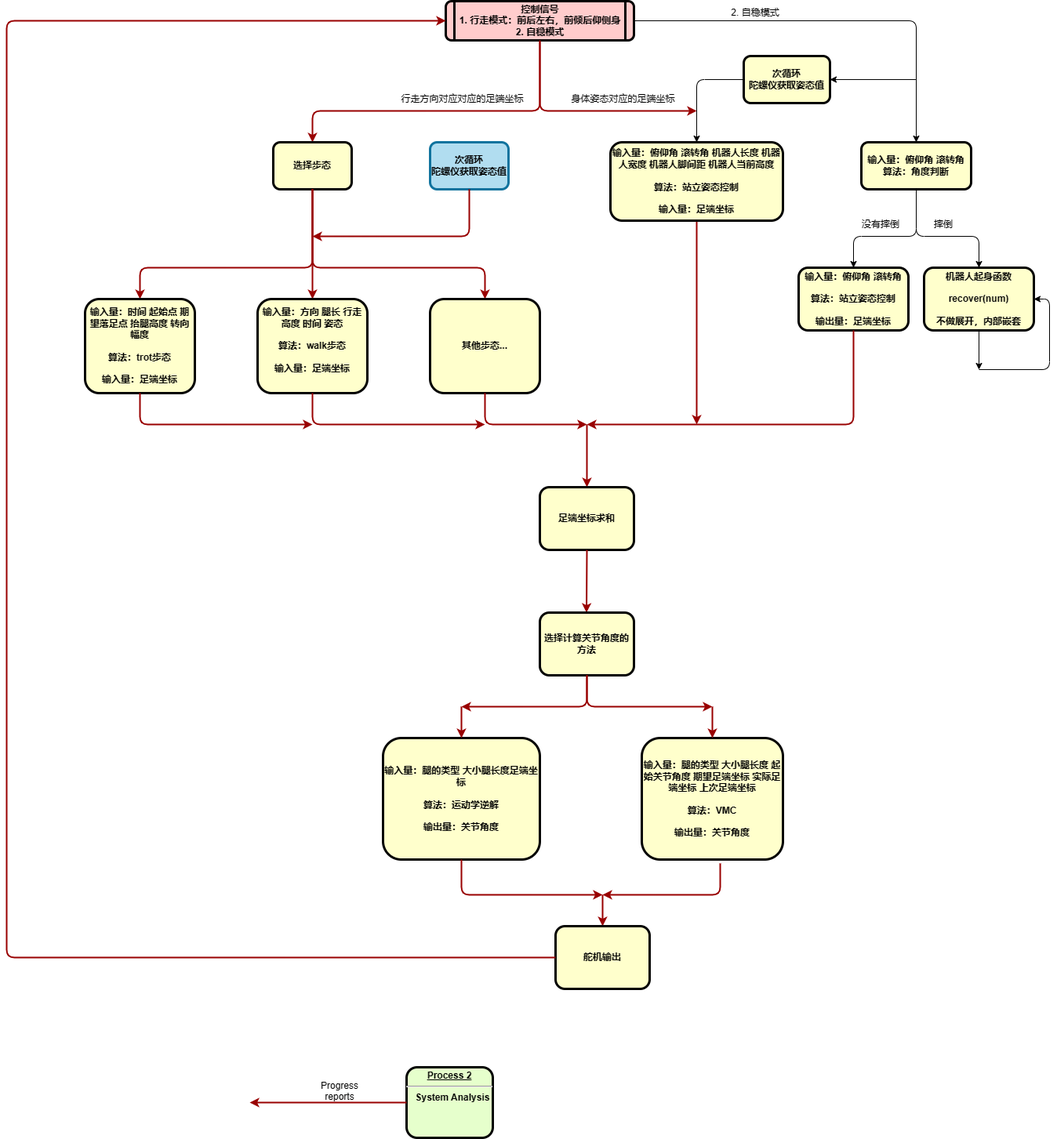
Before: 机器人总体流程.drawio.png, a diagram exported from draw.io (KAZAMA-DREAM/picture). Source tidied: cells renumbered, new cells last; positions are measured from the earlier drawing's top-left corner, leaving out a move shared by most shapes.
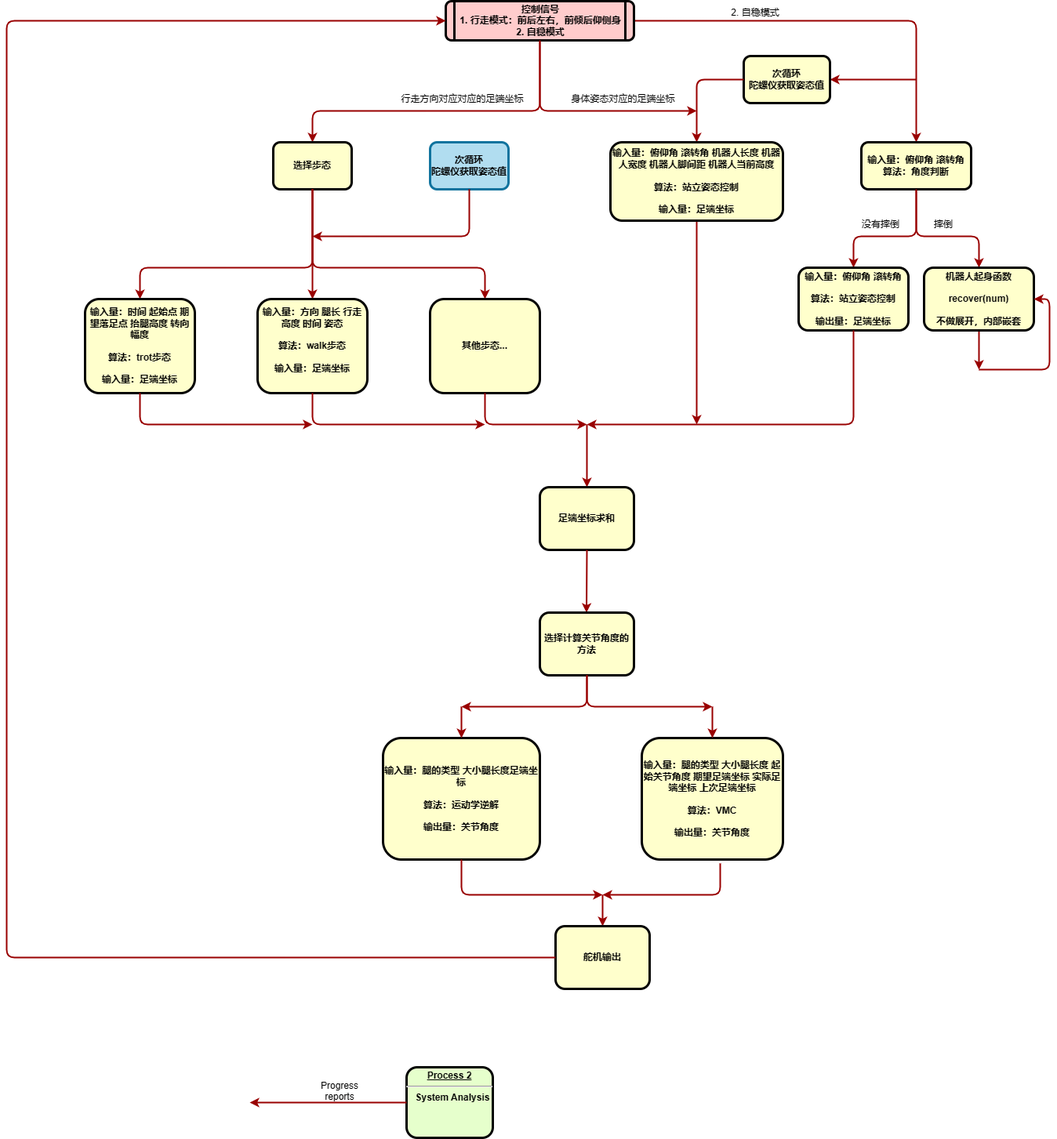
After the change.

Commit message:
更新机器人总体流程.drawio.png

The edit, as a diff of the source:
```diff
@@ -2,7 +2,7 @@
   <root>
     <mxCell id="0" />
     <mxCell id="1" parent="0" />
-    <mxCell id="2" style="edgeStyle=orthogonalEdgeStyle;rounded=1;jettySize=auto;html=1;entryX=0.5;entryY=0;entryDx=0;entryDy=0;" parent="1" edge="1" source="4" target="10">
+    <mxCell id="2" style="edgeStyle=orthogonalEdgeStyle;rounded=1;jettySize=auto;html=1;entryX=0.5;entryY=0;entryDx=0;entryDy=0;strokeWidth=2;strokeColor=#990000;" parent="1" edge="1" source="4" target="10">
       <mxGeometry relative="1" as="geometry" />
     </mxCell>
     <mxCell id="3" style="edgeStyle=orthogonalEdgeStyle;rounded=1;jettySize=auto;html=1;strokeColor=#990000;strokeWidth=2;" parent="1" edge="1" source="4">
@@ -34,7 +34,7 @@
     <mxCell id="8" value="2. 自稳模式" style="text;html=1;strokeColor=none;fillColor=none;align=center;verticalAlign=middle;whiteSpace=wrap;rounded=0;" parent="1" vertex="1">
       <mxGeometry x="960" width="70" height="30" as="geometry" />
     </mxCell>
-    <mxCell id="9" style="edgeStyle=orthogonalEdgeStyle;rounded=1;jettySize=auto;html=1;entryX=0.5;entryY=0;entryDx=0;entryDy=0;" parent="1" edge="1" target="19">
+    <mxCell id="9" style="edgeStyle=orthogonalEdgeStyle;rounded=1;jettySize=auto;html=1;entryX=0.5;entryY=0;entryDx=0;entryDy=0;strokeWidth=2;strokeColor=#990000;" parent="1" edge="1" target="19">
       <mxGeometry relative="1" as="geometry">
         <mxPoint x="1200" y="240" as="sourcePoint" />
         <Array as="points">
@@ -46,7 +46,7 @@
     <mxCell id="10" value="输入量：俯仰角 滚转角&#10;算法：角度判断" style="whiteSpace=wrap;align=center;verticalAlign=middle;fontStyle=1;strokeWidth=3;fillColor=#FFFFCC;rounded=1;" parent="1" vertex="1">
       <mxGeometry x="1130" y="180" width="140" height="60" as="geometry" />
     </mxCell>
-    <mxCell id="11" style="endArrow=classic;html=1;rounded=1;entryX=1;entryY=0.5;entryDx=0;entryDy=0;" parent="1" edge="1" target="12">
+    <mxCell id="11" style="endArrow=classic;html=1;rounded=1;entryX=1;entryY=0.5;entryDx=0;entryDy=0;strokeWidth=2;strokeColor=#990000;" parent="1" edge="1" target="12">
       <mxGeometry relative="1" as="geometry">
         <mxPoint x="1200" y="100" as="sourcePoint" />
       </mxGeometry>
@@ -54,7 +54,7 @@
     <mxCell id="12" value="次循环&#10;陀螺仪获取姿态值" style="whiteSpace=wrap;align=center;verticalAlign=middle;fontStyle=1;strokeWidth=3;fillColor=#FFFFCC;rounded=1;" parent="1" vertex="1">
       <mxGeometry x="980" y="70" width="110" height="60" as="geometry" />
     </mxCell>
-    <mxCell id="13" style="endArrow=classic;html=1;rounded=1;entryX=0.5;entryY=0;entryDx=0;entryDy=0;exitX=0;exitY=0.5;exitDx=0;exitDy=0;" parent="1" edge="1" source="12" target="15">
+    <mxCell id="13" style="endArrow=classic;html=1;rounded=1;entryX=0.5;entryY=0;entryDx=0;entryDy=0;exitX=0;exitY=0.5;exitDx=0;exitDy=0;strokeWidth=2;strokeColor=#990000;" parent="1" edge="1" source="12" target="15">
       <mxGeometry relative="1" as="geometry">
         <Array as="points">
           <mxPoint x="920" y="100" />
@@ -69,7 +69,7 @@
     <mxCell id="15" value="输入量：俯仰角 滚转角 机器人长度 机器人宽度 机器人脚间距 机器人当前高度&#10;&#10;算法：站立姿态控制&#10;&#10;输入量：足端坐标" style="whiteSpace=wrap;align=center;verticalAlign=middle;fontStyle=1;strokeWidth=3;fillColor=#FFFFCC;rounded=1;" parent="1" vertex="1">
       <mxGeometry x="810" y="180" width="220" height="100" as="geometry" />
     </mxCell>
-    <mxCell id="16" style="edgeStyle=orthogonalEdgeStyle;rounded=1;jettySize=auto;html=1;exitX=0.5;exitY=1;exitDx=0;exitDy=0;entryX=0.5;entryY=0;entryDx=0;entryDy=0;" parent="1" edge="1" source="10" target="21">
+    <mxCell id="16" style="edgeStyle=orthogonalEdgeStyle;rounded=1;jettySize=auto;html=1;exitX=0.5;exitY=1;exitDx=0;exitDy=0;entryX=0.5;entryY=0;entryDx=0;entryDy=0;strokeWidth=2;strokeColor=#990000;" parent="1" edge="1" source="10" target="21">
       <mxGeometry relative="1" as="geometry">
         <Array as="points">
           <mxPoint x="1200" y="300" />
@@ -86,7 +86,7 @@
     <mxCell id="19" value="输入量：俯仰角 滚转角&#10;&#10;算法：站立姿态控制&#10;&#10;输出量：足端坐标" style="whiteSpace=wrap;align=center;verticalAlign=middle;fontStyle=1;strokeWidth=3;fillColor=#FFFFCC;rounded=1;" parent="1" vertex="1">
       <mxGeometry x="1050" y="340" width="140" height="80" as="geometry" />
     </mxCell>
-    <mxCell id="20" style="edgeStyle=orthogonalEdgeStyle;rounded=1;jettySize=auto;html=1;" parent="1" edge="1" source="21">
+    <mxCell id="20" style="edgeStyle=orthogonalEdgeStyle;rounded=1;jettySize=auto;html=1;strokeColor=#990000;strokeWidth=2;" parent="1" edge="1" source="21">
       <mxGeometry relative="1" as="geometry">
         <mxPoint x="1280" y="470" as="targetPoint" />
       </mxGeometry>
@@ -94,7 +94,7 @@
     <mxCell id="21" value="机器人起身函数&#10;&#10;recover(num)&#10;&#10;不做展开，内部嵌套" style="whiteSpace=wrap;align=center;verticalAlign=middle;fontStyle=1;strokeWidth=3;fillColor=#FFFFCC;rounded=1;" parent="1" vertex="1">
       <mxGeometry x="1210" y="340" width="140" height="80" as="geometry" />
     </mxCell>
-    <mxCell id="22" style="edgeStyle=orthogonalEdgeStyle;rounded=1;jettySize=auto;html=1;entryX=1;entryY=0.5;entryDx=0;entryDy=0;" parent="1" edge="1" target="21">
+    <mxCell id="22" style="edgeStyle=orthogonalEdgeStyle;rounded=1;jettySize=auto;html=1;entryX=1;entryY=0.5;entryDx=0;entryDy=0;strokeWidth=2;strokeColor=#990000;" parent="1" edge="1" target="21">
       <mxGeometry relative="1" as="geometry">
         <mxPoint x="1280" y="470" as="sourcePoint" />
         <Array as="points">
```
